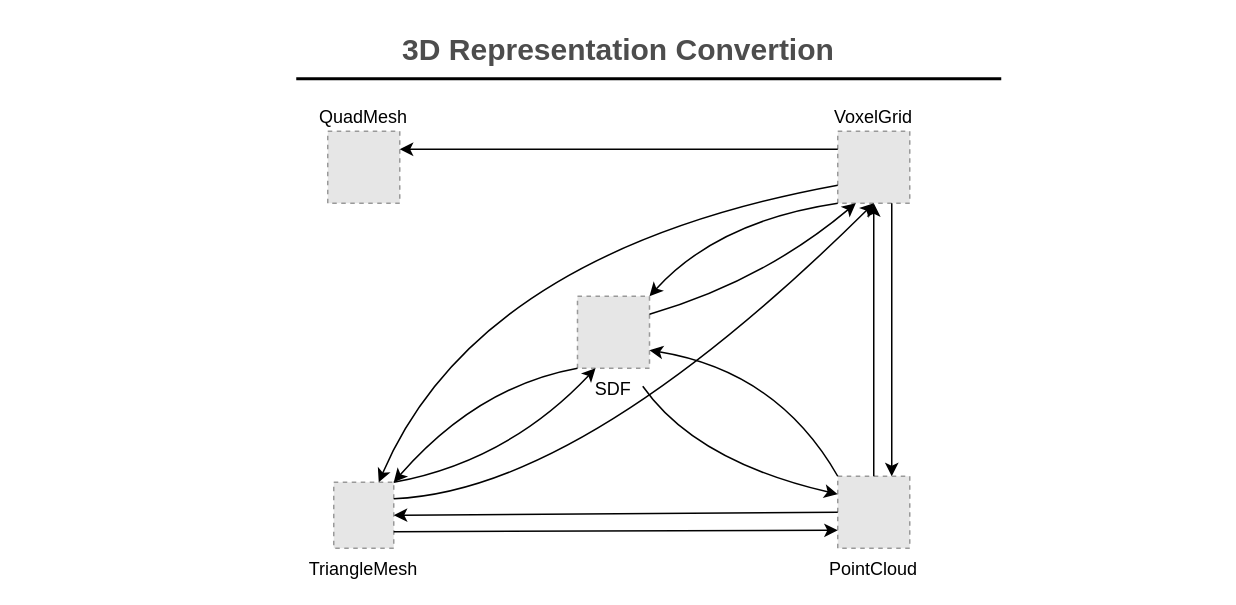
The draw.io diagram assets/3D-convertion.drawio in cpfy/drawio, before the edit. Source tidied: cells renumbered, new cells numbered last; positions are measured from the earlier drawing's top-left corner, leaving out a move shared by most shapes. Both pictures are drawn from the tidied source at 150%, with x=0, y=0 at pixel (26, 26). Pictures stored in the file or linked from it are replaced by grey dashed boxes.
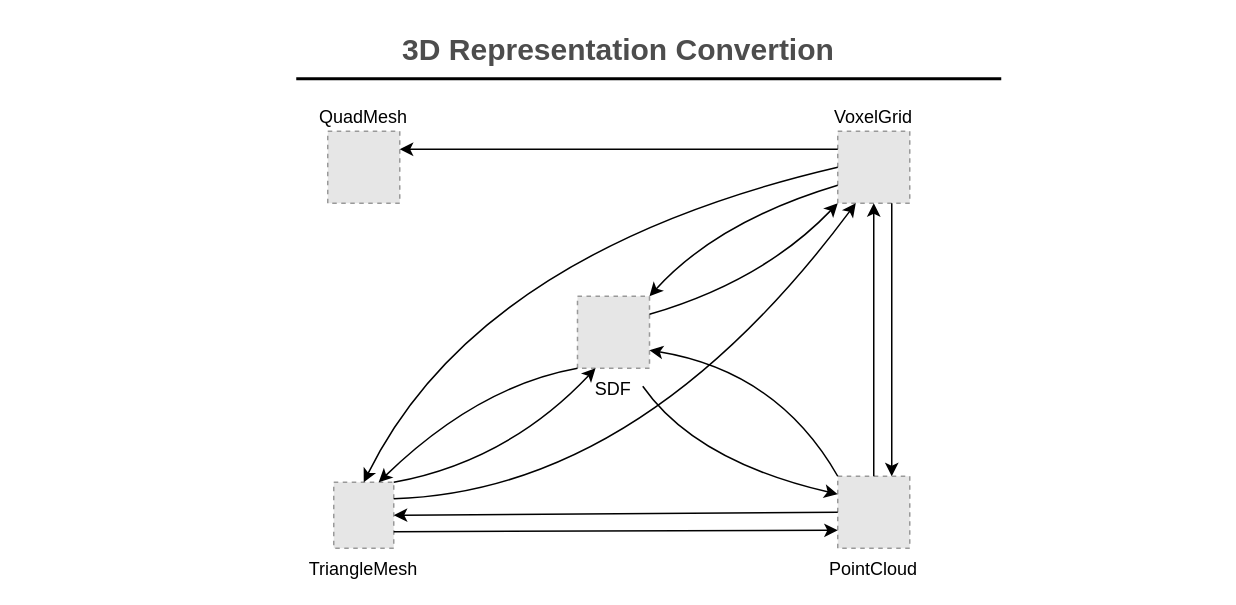
The same page after the edit.

Unchanged cells that the change refers to:
```xml
<mxCell id="4" value="VoxelGrid" style="fillColor=#E6E6E6;strokeColor=#999999;dashed=1;verticalLabelPosition=top;verticalAlign=bottom;labelPosition=center;align=center;" parent="1" vertex="1">
  <mxGeometry x="541" y="70" width="48" height="48" as="geometry" />
</mxCell>
<mxCell id="7" value="TriangleMesh" style="fillColor=#E6E6E6;strokeColor=#999999;dashed=1;verticalLabelPosition=bottom;verticalAlign=top;" parent="1" vertex="1">
  <mxGeometry x="205" y="304" width="40" height="44" as="geometry" />
</mxCell>
<mxCell id="8" value="SDF" style="fillColor=#E6E6E6;strokeColor=#999999;dashed=1;verticalLabelPosition=bottom;verticalAlign=top;" parent="1" vertex="1">
  <mxGeometry x="367.5" y="180" width="48" height="48" as="geometry" />
</mxCell>
```

The edit, as a diff of the source:
```diff
@@
-    <mxCell id="9" style="jettySize=auto;html=1;curved=1;sourcePerimeterSpacing=5;targetPerimeterSpacing=5;exitX=1;exitY=0.25;exitDx=0;exitDy=0;entryX=0.5;entryY=1;entryDx=0;entryDy=0;" parent="1" edge="1" source="7" target="4">
+    <mxCell id="9" style="jettySize=auto;html=1;curved=1;sourcePerimeterSpacing=5;targetPerimeterSpacing=5;exitX=1;exitY=0.25;exitDx=0;exitDy=0;entryX=0.25;entryY=1;entryDx=0;entryDy=0;" parent="1" edge="1" source="7" target="4">
       <mxGeometry relative="1" as="geometry">
         <Array as="points">
-          <mxPoint x="371" y="310" />
+          <mxPoint x="410" y="310" />
         </Array>
       </mxGeometry>
     </mxCell>
@@
-    <mxCell id="13" style="jettySize=auto;html=1;curved=1;sourcePerimeterSpacing=5;targetPerimeterSpacing=5;exitX=0;exitY=0.75;exitDx=0;exitDy=0;entryX=0.75;entryY=0;entryDx=0;entryDy=0;" parent="1" edge="1" source="4" target="7">
+    <mxCell id="13" style="jettySize=auto;html=1;curved=1;sourcePerimeterSpacing=5;targetPerimeterSpacing=5;entryX=0.5;entryY=0;entryDx=0;entryDy=0;exitX=0;exitY=0.5;exitDx=0;exitDy=0;" parent="1" edge="1" source="4" target="7">
       <mxGeometry relative="1" as="geometry">
         <Array as="points">
           <mxPoint x="301" y="150" />
         </Array>
       </mxGeometry>
     </mxCell>
@@
-    <mxCell id="15" style="jettySize=auto;html=1;curved=1;sourcePerimeterSpacing=5;targetPerimeterSpacing=5;exitX=0;exitY=1;exitDx=0;exitDy=0;entryX=1;entryY=0;entryDx=0;entryDy=0;" parent="1" edge="1" source="4" target="8">
+    <mxCell id="15" style="jettySize=auto;html=1;curved=1;sourcePerimeterSpacing=5;targetPerimeterSpacing=5;exitX=0;exitY=0.75;exitDx=0;exitDy=0;entryX=1;entryY=0;entryDx=0;entryDy=0;" parent="1" edge="1" source="4" target="8">
       <mxGeometry relative="1" as="geometry">
         <Array as="points">
           <mxPoint x="461" y="130" />
         </Array>
       </mxGeometry>
     </mxCell>
-    <mxCell id="16" style="jettySize=auto;html=1;curved=1;sourcePerimeterSpacing=5;targetPerimeterSpacing=5;exitX=0;exitY=1;exitDx=0;exitDy=0;entryX=1;entryY=0;entryDx=0;entryDy=0;" parent="1" edge="1" source="8" target="7">
+    <mxCell id="16" style="jettySize=auto;html=1;curved=1;sourcePerimeterSpacing=5;targetPerimeterSpacing=5;exitX=0;exitY=1;exitDx=0;exitDy=0;entryX=0.75;entryY=0;entryDx=0;entryDy=0;" parent="1" edge="1" source="8" target="7">
       <mxGeometry relative="1" as="geometry">
         <Array as="points">
           <mxPoint x="301" y="240" />
         </Array>
       </mxGeometry>
     </mxCell>
@@
-    <mxCell id="18" style="jettySize=auto;html=1;curved=1;sourcePerimeterSpacing=5;targetPerimeterSpacing=5;entryX=0.25;entryY=1;entryDx=0;entryDy=0;exitX=1;exitY=0.25;exitDx=0;exitDy=0;" parent="1" edge="1" source="8" target="4">
+    <mxCell id="18" style="jettySize=auto;html=1;curved=1;sourcePerimeterSpacing=5;targetPerimeterSpacing=5;entryX=0;entryY=1;entryDx=0;entryDy=0;exitX=1;exitY=0.25;exitDx=0;exitDy=0;" parent="1" edge="1" source="8" target="4">
       <mxGeometry relative="1" as="geometry">
         <Array as="points">
           <mxPoint x="491" y="170" />
         </Array>
       </mxGeometry>
     </mxCell>
```
